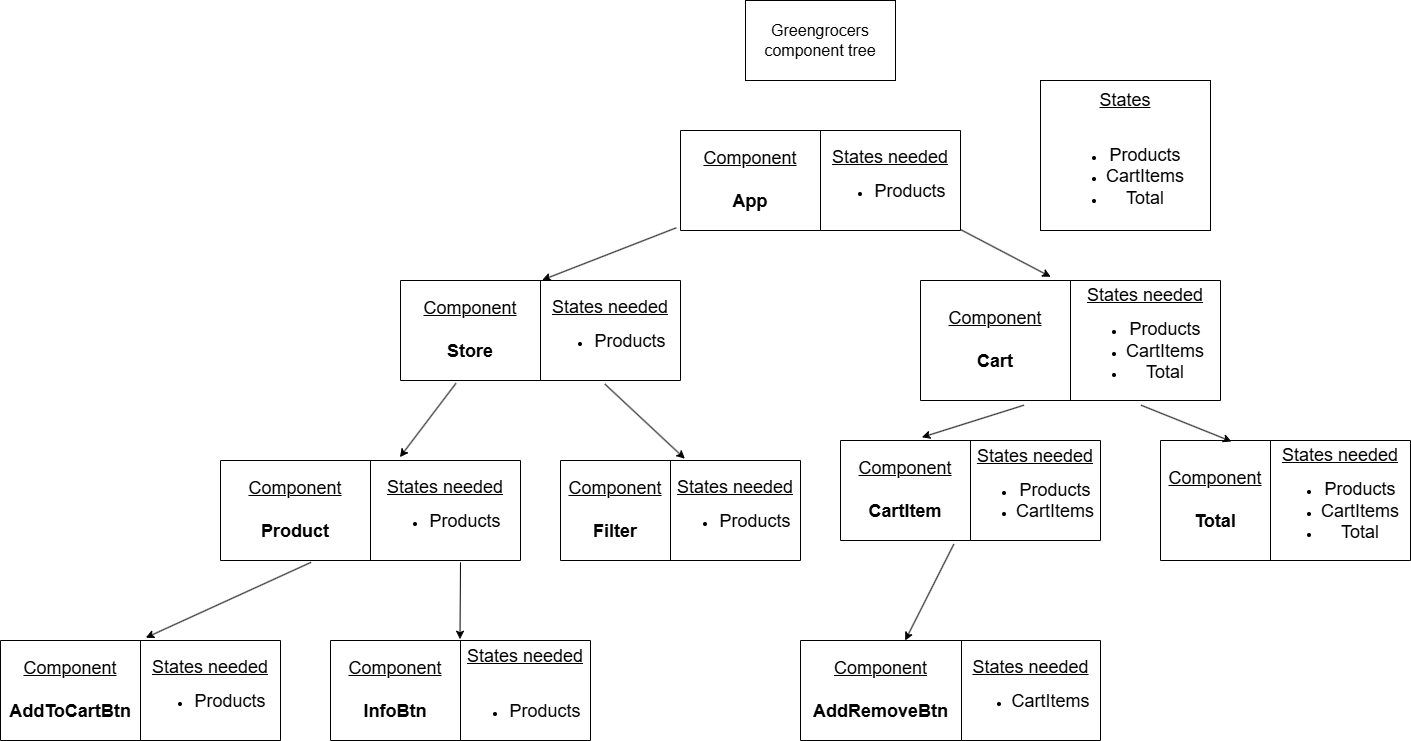
This is Components_Tree_Diagram/Greengrocers-Comp_tree.png from dearshrewdwit/boolean-uk-react-greengrocers, a draw.io export, as it was before one commit. Source tidied: cells renumbered, new cells last; positions are measured from the earlier drawing's top-left corner, leaving out a move shared by most shapes.
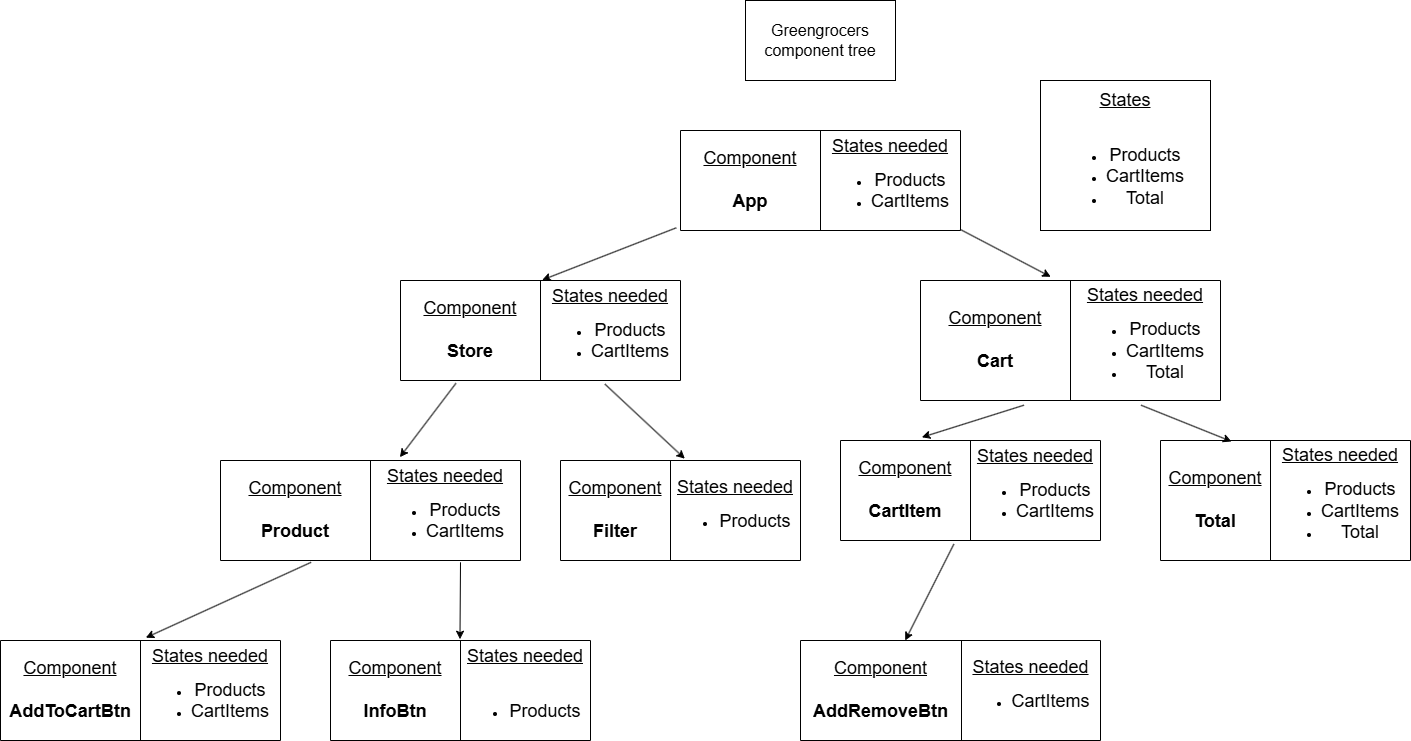
After the change.

Diff of the diagram source:
```diff
@@ -14,7 +14,7 @@
     <mxCell id="5" value="&lt;font style=&quot;font-size: 18px;&quot;&gt;&lt;u&gt;Component&lt;/u&gt;&lt;/font&gt;&lt;div&gt;&lt;u&gt;&lt;font style=&quot;font-size: 18px;&quot;&gt;&lt;br&gt;&lt;/font&gt;&lt;/u&gt;&lt;/div&gt;&lt;div&gt;&lt;font style=&quot;font-size: 18px;&quot;&gt;&lt;b&gt;App&lt;/b&gt;&lt;/font&gt;&lt;/div&gt;" style="shape=partialRectangle;html=1;whiteSpace=wrap;strokeColor=inherit;overflow=hidden;fillColor=none;top=0;left=0;bottom=0;right=0;align=center;" parent="4" vertex="1">
       <mxGeometry width="140" height="100" as="geometry" />
     </mxCell>
-    <mxCell id="6" value="&lt;font style=&quot;font-size: 18px;&quot;&gt;&lt;u&gt;States needed&lt;/u&gt;&lt;/font&gt;&lt;div&gt;&lt;ul&gt;&lt;li&gt;&lt;span style=&quot;font-size: 18px; background-color: initial; color: rgb(0, 0, 0); --darkreader-inline-bgcolor: initial; --darkreader-inline-color: #d1cfcc;&quot;&gt;Products&lt;/span&gt;&lt;/li&gt;&lt;/ul&gt;&lt;/div&gt;" style="shape=partialRectangle;html=1;whiteSpace=wrap;strokeColor=inherit;overflow=hidden;fillColor=none;top=0;left=0;bottom=0;right=0;" parent="4" vertex="1">
+    <mxCell id="6" value="&lt;font style=&quot;font-size: 18px;&quot;&gt;&lt;u&gt;States needed&lt;/u&gt;&lt;/font&gt;&lt;div&gt;&lt;ul&gt;&lt;li&gt;&lt;span style=&quot;font-size: 18px; background-color: initial; color: rgb(0, 0, 0); --darkreader-inline-bgcolor: initial; --darkreader-inline-color: #d1cfcc;&quot;&gt;Products&lt;/span&gt;&lt;/li&gt;&lt;li&gt;&lt;span style=&quot;font-size: 18px; background-color: initial; color: rgb(0, 0, 0); --darkreader-inline-bgcolor: initial; --darkreader-inline-color: #d1cfcc;&quot;&gt;CartItems&lt;/span&gt;&lt;/li&gt;&lt;/ul&gt;&lt;/div&gt;" style="shape=partialRectangle;html=1;whiteSpace=wrap;strokeColor=inherit;overflow=hidden;fillColor=none;top=0;left=0;bottom=0;right=0;" parent="4" vertex="1">
       <mxGeometry x="140" width="140" height="100" as="geometry" />
     </mxCell>
     <mxCell id="7" style="shape=table;startSize=0;" parent="1" vertex="1">
@@ -50,7 +50,7 @@
     <mxCell id="17" value="&lt;u&gt;&lt;font style=&quot;font-size: 18px;&quot;&gt;Component&lt;/font&gt;&lt;/u&gt;&lt;div&gt;&lt;u&gt;&lt;font style=&quot;font-size: 18px;&quot;&gt;&lt;br&gt;&lt;/font&gt;&lt;/u&gt;&lt;/div&gt;&lt;div&gt;&lt;font style=&quot;font-size: 18px;&quot;&gt;&lt;b&gt;Store&lt;/b&gt;&lt;/font&gt;&lt;/div&gt;" style="shape=partialRectangle;html=1;whiteSpace=wrap;strokeColor=inherit;overflow=hidden;fillColor=none;top=0;left=0;bottom=0;right=0;align=center;" parent="16" vertex="1">
       <mxGeometry width="140" height="100" as="geometry" />
     </mxCell>
-    <mxCell id="18" value="&lt;font style=&quot;font-size: 18px;&quot;&gt;&lt;u&gt;States needed&lt;/u&gt;&lt;/font&gt;&lt;div&gt;&lt;ul&gt;&lt;li&gt;&lt;span style=&quot;font-size: 18px; background-color: initial; color: rgb(0, 0, 0); --darkreader-inline-bgcolor: initial; --darkreader-inline-color: #d1cfcc;&quot;&gt;Products&lt;/span&gt;&lt;/li&gt;&lt;/ul&gt;&lt;/div&gt;" style="shape=partialRectangle;html=1;whiteSpace=wrap;strokeColor=inherit;overflow=hidden;fillColor=none;top=0;left=0;bottom=0;right=0;" parent="16" vertex="1">
+    <mxCell id="18" value="&lt;font style=&quot;font-size: 18px;&quot;&gt;&lt;u&gt;States needed&lt;/u&gt;&lt;/font&gt;&lt;div&gt;&lt;ul&gt;&lt;li&gt;&lt;span style=&quot;font-size: 18px; background-color: initial; color: rgb(0, 0, 0); --darkreader-inline-bgcolor: initial; --darkreader-inline-color: #d1cfcc;&quot;&gt;Products&lt;/span&gt;&lt;/li&gt;&lt;li&gt;&lt;span style=&quot;font-size: 18px; background-color: initial; color: rgb(0, 0, 0); --darkreader-inline-bgcolor: initial; --darkreader-inline-color: #d1cfcc;&quot;&gt;CartItems&lt;/span&gt;&lt;/li&gt;&lt;/ul&gt;&lt;/div&gt;" style="shape=partialRectangle;html=1;whiteSpace=wrap;strokeColor=inherit;overflow=hidden;fillColor=none;top=0;left=0;bottom=0;right=0;" parent="16" vertex="1">
       <mxGeometry x="140" width="140" height="100" as="geometry" />
     </mxCell>
     <mxCell id="19" style="endArrow=classic;html=1;rounded=0;entryX=0.506;entryY=-0.005;entryDx=0;entryDy=0;entryPerimeter=0;exitX=-0.015;exitY=0.973;exitDx=0;exitDy=0;exitPerimeter=0;" parent="1" edge="1" source="4" target="16">
@@ -71,7 +71,7 @@
     <mxCell id="24" value="&lt;u&gt;&lt;font style=&quot;font-size: 18px;&quot;&gt;Component&lt;/font&gt;&lt;/u&gt;&lt;div&gt;&lt;u&gt;&lt;font style=&quot;font-size: 18px;&quot;&gt;&lt;br&gt;&lt;/font&gt;&lt;/u&gt;&lt;/div&gt;&lt;div&gt;&lt;font style=&quot;font-size: 18px;&quot;&gt;&lt;b&gt;Product&lt;/b&gt;&lt;/font&gt;&lt;/div&gt;" style="shape=partialRectangle;html=1;whiteSpace=wrap;strokeColor=inherit;overflow=hidden;fillColor=none;top=0;left=0;bottom=0;right=0;align=center;" parent="23" vertex="1">
       <mxGeometry width="150" height="100" as="geometry" />
     </mxCell>
-    <mxCell id="25" value="&lt;font style=&quot;font-size: 18px;&quot;&gt;&lt;u&gt;States needed&lt;/u&gt;&lt;/font&gt;&lt;div&gt;&lt;ul&gt;&lt;li&gt;&lt;span style=&quot;font-size: 18px; background-color: initial; color: rgb(0, 0, 0); --darkreader-inline-bgcolor: initial; --darkreader-inline-color: #d1cfcc;&quot;&gt;Products&lt;/span&gt;&lt;/li&gt;&lt;/ul&gt;&lt;/div&gt;" style="shape=partialRectangle;html=1;whiteSpace=wrap;strokeColor=inherit;overflow=hidden;fillColor=none;top=0;left=0;bottom=0;right=0;" parent="23" vertex="1">
+    <mxCell id="25" value="&lt;font style=&quot;font-size: 18px;&quot;&gt;&lt;u&gt;States needed&lt;/u&gt;&lt;/font&gt;&lt;div&gt;&lt;ul&gt;&lt;li&gt;&lt;span style=&quot;font-size: 18px; background-color: initial; color: rgb(0, 0, 0); --darkreader-inline-bgcolor: initial; --darkreader-inline-color: #d1cfcc;&quot;&gt;Products&lt;/span&gt;&lt;/li&gt;&lt;li&gt;&lt;span style=&quot;font-size: 18px; background-color: initial; color: rgb(0, 0, 0); --darkreader-inline-bgcolor: initial; --darkreader-inline-color: #d1cfcc;&quot;&gt;CartItems&lt;/span&gt;&lt;/li&gt;&lt;/ul&gt;&lt;/div&gt;" style="shape=partialRectangle;html=1;whiteSpace=wrap;strokeColor=inherit;overflow=hidden;fillColor=none;top=0;left=0;bottom=0;right=0;" parent="23" vertex="1">
       <mxGeometry x="150" width="150" height="100" as="geometry" />
     </mxCell>
     <mxCell id="26" style="endArrow=classic;html=1;rounded=0;exitX=0.198;exitY=1.028;exitDx=0;exitDy=0;exitPerimeter=0;entryX=0.598;entryY=-0.033;entryDx=0;entryDy=0;entryPerimeter=0;" parent="1" edge="1" source="16" target="23">
@@ -86,7 +86,7 @@
     <mxCell id="29" value="&lt;u&gt;&lt;font style=&quot;font-size: 18px;&quot;&gt;Component&lt;/font&gt;&lt;/u&gt;&lt;div&gt;&lt;u&gt;&lt;font style=&quot;font-size: 18px;&quot;&gt;&lt;br&gt;&lt;/font&gt;&lt;/u&gt;&lt;/div&gt;&lt;div&gt;&lt;font style=&quot;font-size: 18px;&quot;&gt;&lt;b&gt;AddToCartBtn&lt;/b&gt;&lt;/font&gt;&lt;/div&gt;" style="shape=partialRectangle;html=1;whiteSpace=wrap;strokeColor=inherit;overflow=hidden;fillColor=none;top=0;left=0;bottom=0;right=0;align=center;" parent="28" vertex="1">
       <mxGeometry width="140" height="100" as="geometry" />
     </mxCell>
-    <mxCell id="30" value="&lt;font style=&quot;font-size: 18px;&quot;&gt;&lt;u&gt;States needed&lt;/u&gt;&lt;/font&gt;&lt;div&gt;&lt;ul&gt;&lt;li&gt;&lt;span style=&quot;font-size: 18px; background-color: initial; color: rgb(0, 0, 0); --darkreader-inline-bgcolor: initial; --darkreader-inline-color: #d1cfcc;&quot;&gt;Products&lt;/span&gt;&lt;/li&gt;&lt;/ul&gt;&lt;/div&gt;" style="shape=partialRectangle;html=1;whiteSpace=wrap;strokeColor=inherit;overflow=hidden;fillColor=none;top=0;left=0;bottom=0;right=0;" parent="28" vertex="1">
+    <mxCell id="30" value="&lt;font style=&quot;font-size: 18px;&quot;&gt;&lt;u&gt;States needed&lt;/u&gt;&lt;/font&gt;&lt;div&gt;&lt;ul&gt;&lt;li&gt;&lt;span style=&quot;font-size: 18px; background-color: initial; color: rgb(0, 0, 0); --darkreader-inline-bgcolor: initial; --darkreader-inline-color: #d1cfcc;&quot;&gt;Products&lt;/span&gt;&lt;/li&gt;&lt;li&gt;&lt;span style=&quot;font-size: 18px; background-color: initial; color: rgb(0, 0, 0); --darkreader-inline-bgcolor: initial; --darkreader-inline-color: #d1cfcc;&quot;&gt;CartItems&lt;/span&gt;&lt;/li&gt;&lt;/ul&gt;&lt;/div&gt;" style="shape=partialRectangle;html=1;whiteSpace=wrap;strokeColor=inherit;overflow=hidden;fillColor=none;top=0;left=0;bottom=0;right=0;" parent="28" vertex="1">
       <mxGeometry x="140" width="140" height="100" as="geometry" />
     </mxCell>
     <mxCell id="31" style="shape=table;startSize=0;" parent="1" vertex="1">
```
